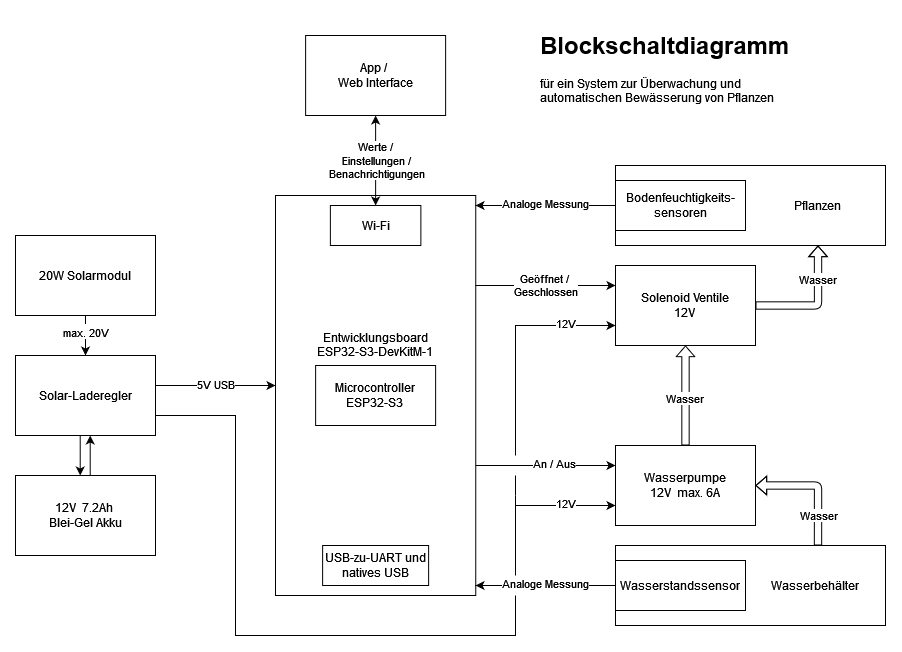
Earlier version of the draw.io export Blockdiagram/Blockschaltbild.drawio.png (BastiBudde/PlantSurveillance). Source tidied: cells renumbered, new cells last; positions are measured from the earlier drawing's top-left corner, leaving out a move shared by most shapes. Source of this version:
```xml
<mxGraphModel>
  <root>
    <mxCell id="0" />
    <mxCell id="1" parent="0" />
    <mxCell id="2" style="edgeStyle=none;rounded=0;jettySize=auto;html=1;entryX=0;entryY=0.25;entryDx=0;entryDy=0;exitX=0.999;exitY=0.675;exitDx=0;exitDy=0;exitPerimeter=0;" parent="1" edge="1" source="4" target="8">
      <mxGeometry relative="1" as="geometry" />
    </mxCell>
    <mxCell id="3" value="An / Aus" style="edgeLabel;html=1;align=center;verticalAlign=middle;" parent="2" vertex="1">
      <mxGeometry x="0.02" y="1" relative="1" as="geometry">
        <mxPoint x="8" y="-1" as="offset" />
      </mxGeometry>
    </mxCell>
    <mxCell id="4" value="&lt;div&gt;Entwicklungsboard&lt;/div&gt;&lt;div&gt;ESP32-S3-DevKitM-1&lt;/div&gt;&lt;div&gt;&lt;br&gt;&lt;/div&gt;&lt;div&gt;&lt;br&gt;&lt;/div&gt;&lt;div&gt;&lt;br&gt;&lt;/div&gt;&lt;div&gt;&lt;br&gt;&lt;/div&gt;&lt;div&gt;&lt;br&gt;&lt;/div&gt;&lt;div&gt;&lt;br&gt;&lt;/div&gt;&lt;div&gt;&lt;br&gt;&lt;/div&gt;" style="rounded=0;whiteSpace=wrap;html=1;labelPosition=center;verticalLabelPosition=middle;align=center;verticalAlign=middle;horizontal=1;" parent="1" vertex="1">
      <mxGeometry x="260" y="165" width="200.2" height="400" as="geometry" />
    </mxCell>
    <mxCell id="5" value="&lt;div&gt;Microcontroller&lt;/div&gt;&lt;div&gt;ESP32-S3&lt;br&gt;&lt;/div&gt;" style="rounded=0;whiteSpace=wrap;html=1;" parent="1" vertex="1">
      <mxGeometry x="300.1" y="335" width="120" height="60" as="geometry" />
    </mxCell>
    <mxCell id="6" value="USB-zu-UART und natives USB" style="rounded=0;whiteSpace=wrap;html=1;" parent="1" vertex="1">
      <mxGeometry x="307.1" y="515" width="106" height="40" as="geometry" />
    </mxCell>
    <mxCell id="7" value="Wi-Fi" style="rounded=0;whiteSpace=wrap;html=1;" parent="1" vertex="1">
      <mxGeometry x="314.9" y="175" width="90.5" height="40" as="geometry" />
    </mxCell>
    <mxCell id="8" value="&lt;div&gt;Wasserpumpe&lt;/div&gt;&lt;div&gt;12V&amp;nbsp; max. 6A&lt;br&gt;&lt;/div&gt;" style="rounded=0;whiteSpace=wrap;html=1;" parent="1" vertex="1">
      <mxGeometry x="600" y="415" width="140" height="80" as="geometry" />
    </mxCell>
    <mxCell id="9" style="edgeStyle=none;rounded=0;jettySize=auto;html=1;exitX=0.5;exitY=1;exitDx=0;exitDy=0;entryX=0.5;entryY=0;entryDx=0;entryDy=0;" parent="1" edge="1" source="12" target="15">
      <mxGeometry relative="1" as="geometry" />
    </mxCell>
    <mxCell id="10" value="Text" style="edgeLabel;html=1;align=center;verticalAlign=middle;" parent="9" vertex="1">
      <mxGeometry x="-0.26" relative="1" as="geometry" />
    </mxCell>
    <mxCell id="11" value="max. 20V" style="edgeLabel;html=1;align=center;verticalAlign=middle;" parent="9" vertex="1">
      <mxGeometry x="-0.2" relative="1" as="geometry" />
    </mxCell>
    <mxCell id="12" value="20W Solarmodul" style="rounded=0;whiteSpace=wrap;html=1;" parent="1" vertex="1">
      <mxGeometry y="205" width="140" height="80" as="geometry" />
    </mxCell>
    <mxCell id="13" style="edgeStyle=none;rounded=0;orthogonalLoop=1;jettySize=auto;html=1;entryX=0.5;entryY=0;entryDx=0;entryDy=0;" parent="1" edge="1">
      <mxGeometry relative="1" as="geometry">
        <mxPoint x="64.7" y="405" as="sourcePoint" />
        <mxPoint x="64.7" y="445" as="targetPoint" />
      </mxGeometry>
    </mxCell>
    <mxCell id="14" style="edgeStyle=orthogonalEdgeStyle;rounded=0;jettySize=auto;html=1;elbow=vertical;endArrow=none;endFill=0;exitX=1;exitY=0.75;exitDx=0;exitDy=0;" parent="1" edge="1" source="15">
      <mxGeometry relative="1" as="geometry">
        <mxPoint x="500" y="565" as="targetPoint" />
        <Array as="points">
          <mxPoint x="220" y="385" />
          <mxPoint x="220" y="605" />
          <mxPoint x="500" y="605" />
        </Array>
      </mxGeometry>
    </mxCell>
    <mxCell id="15" value="Solar-Laderegler" style="rounded=0;whiteSpace=wrap;html=1;" parent="1" vertex="1">
      <mxGeometry y="325" width="140" height="80" as="geometry" />
    </mxCell>
    <mxCell id="16" value="&lt;div&gt;12V&amp;nbsp; 7.2Ah&amp;nbsp;&lt;/div&gt;&lt;div&gt;Blei-Gel Akku&lt;/div&gt;" style="rounded=0;whiteSpace=wrap;html=1;" parent="1" vertex="1">
      <mxGeometry y="445" width="140" height="80" as="geometry" />
    </mxCell>
    <mxCell id="17" style="edgeStyle=none;rounded=0;jettySize=auto;html=1;entryX=0;entryY=0.4;entryDx=0;entryDy=0;entryPerimeter=0;exitX=1;exitY=0.375;exitDx=0;exitDy=0;exitPerimeter=0;" parent="1" edge="1" source="15">
      <mxGeometry relative="1" as="geometry">
        <mxPoint x="260" y="355" as="targetPoint" />
      </mxGeometry>
    </mxCell>
    <mxCell id="18" value="5V USB" style="edgeLabel;html=1;align=center;verticalAlign=middle;" parent="17" vertex="1">
      <mxGeometry relative="1" as="geometry">
        <mxPoint y="-1" as="offset" />
      </mxGeometry>
    </mxCell>
    <mxCell id="19" style="edgeStyle=none;rounded=0;jettySize=auto;html=1;entryX=0.999;entryY=0.025;entryDx=0;entryDy=0;entryPerimeter=0;" parent="1" edge="1" source="45" target="4">
      <mxGeometry relative="1" as="geometry" />
    </mxCell>
    <mxCell id="20" value="Analoge Messung" style="edgeLabel;html=1;align=center;verticalAlign=middle;" parent="19" vertex="1">
      <mxGeometry relative="1" as="geometry">
        <mxPoint y="-2" as="offset" />
      </mxGeometry>
    </mxCell>
    <mxCell id="21" style="edgeStyle=none;rounded=0;jettySize=auto;html=1;endArrow=none;endFill=0;startArrow=classic;startFill=1;exitX=0;exitY=0.25;exitDx=0;exitDy=0;entryX=0.999;entryY=0.225;entryDx=0;entryDy=0;entryPerimeter=0;" parent="1" edge="1" source="29" target="4">
      <mxGeometry relative="1" as="geometry" />
    </mxCell>
    <mxCell id="22" value="&lt;div&gt;Geöffnet /&amp;nbsp;&lt;/div&gt;&lt;div&gt;Geschlossen&lt;/div&gt;" style="edgeLabel;html=1;align=center;verticalAlign=middle;" parent="21" vertex="1">
      <mxGeometry relative="1" as="geometry" />
    </mxCell>
    <mxCell id="23" style="edgeStyle=none;rounded=0;orthogonalLoop=1;jettySize=auto;html=1;entryX=0.5;entryY=0;entryDx=0;entryDy=0;" parent="1" edge="1">
      <mxGeometry relative="1" as="geometry">
        <mxPoint x="74.7" y="445" as="sourcePoint" />
        <mxPoint x="74.7" y="405" as="targetPoint" />
      </mxGeometry>
    </mxCell>
    <mxCell id="24" value="&lt;div&gt;App /&amp;nbsp;&lt;/div&gt;&lt;div&gt;Web Interface&lt;/div&gt;" style="rounded=0;whiteSpace=wrap;html=1;" parent="1" vertex="1">
      <mxGeometry x="290.1" y="5" width="140" height="80" as="geometry" />
    </mxCell>
    <mxCell id="25" style="endArrow=classic;startArrow=classic;html=1;rounded=0;entryX=0.5;entryY=1;entryDx=0;entryDy=0;exitX=0.5;exitY=0;exitDx=0;exitDy=0;" parent="1" edge="1" source="7" target="24">
      <mxGeometry relative="1" as="geometry" />
    </mxCell>
    <mxCell id="26" value="&lt;div&gt;Werte /&amp;nbsp;&lt;/div&gt;&lt;div&gt;Einstellungen / &lt;br&gt;&lt;/div&gt;&lt;div&gt;Benachrichtigungen&lt;br&gt;&lt;/div&gt;" style="edgeLabel;html=1;align=center;verticalAlign=middle;" parent="25" vertex="1">
      <mxGeometry relative="1" as="geometry" />
    </mxCell>
    <mxCell id="27" style="edgeStyle=orthogonalEdgeStyle;rounded=0;jettySize=auto;html=1;startArrow=classic;startFill=1;endArrow=none;endFill=0;strokeColor=default;exitX=0;exitY=0.75;exitDx=0;exitDy=0;" parent="1" edge="1" source="8">
      <mxGeometry relative="1" as="geometry">
        <mxPoint x="500" y="485" as="targetPoint" />
        <Array as="points">
          <mxPoint x="500" y="475" />
        </Array>
      </mxGeometry>
    </mxCell>
    <mxCell id="28" value="12V" style="edgeLabel;html=1;align=center;verticalAlign=middle;" parent="27" vertex="1">
      <mxGeometry relative="1" as="geometry">
        <mxPoint x="5" y="-2" as="offset" />
      </mxGeometry>
    </mxCell>
    <mxCell id="29" value="&lt;div&gt;Solenoid Ventile&lt;/div&gt;&lt;div&gt;12V&lt;br&gt;&lt;/div&gt;" style="rounded=0;whiteSpace=wrap;html=1;" parent="1" vertex="1">
      <mxGeometry x="600" y="235" width="140" height="80" as="geometry" />
    </mxCell>
    <mxCell id="30" style="endArrow=none;html=1;rounded=0;" parent="1" edge="1">
      <mxGeometry relative="1" as="geometry">
        <mxPoint x="500" y="545" as="sourcePoint" />
        <mxPoint x="500" y="465" as="targetPoint" />
      </mxGeometry>
    </mxCell>
    <mxCell id="31" style="endArrow=classic;html=1;rounded=0;entryX=0;entryY=0.75;entryDx=0;entryDy=0;edgeStyle=orthogonalEdgeStyle;" parent="1" edge="1" target="29">
      <mxGeometry relative="1" as="geometry">
        <mxPoint x="500" y="425" as="sourcePoint" />
        <Array as="points">
          <mxPoint x="500" y="295" />
        </Array>
      </mxGeometry>
    </mxCell>
    <mxCell id="32" value="12V" style="edgeLabel;html=1;align=center;verticalAlign=middle;" parent="31" vertex="1">
      <mxGeometry relative="1" as="geometry">
        <mxPoint x="50" y="-17" as="offset" />
      </mxGeometry>
    </mxCell>
    <mxCell id="33" style="edgeStyle=orthogonalEdgeStyle;rounded=1;jettySize=auto;html=1;exitX=0.75;exitY=0;exitDx=0;exitDy=0;shape=flexArrow;endSize=3.223333333333333;startSize=6;strokeWidth=1;fillColor=none;endWidth=10.222222222222223;width=7.333333333333333;entryX=1;entryY=0.5;entryDx=0;entryDy=0;" parent="1" edge="1" source="35" target="8">
      <mxGeometry relative="1" as="geometry" />
    </mxCell>
    <mxCell id="34" value="&lt;div&gt;Wasser&lt;/div&gt;" style="edgeLabel;html=1;align=center;verticalAlign=middle;" parent="33" vertex="1">
      <mxGeometry relative="1" as="geometry">
        <mxPoint x="1" y="30" as="offset" />
      </mxGeometry>
    </mxCell>
    <mxCell id="35" value="&lt;div align=&quot;right&quot;&gt;Wasserbehälter &amp;nbsp;&amp;nbsp; &amp;nbsp;&amp;nbsp; &amp;nbsp; &lt;br&gt;&lt;/div&gt;" style="rounded=0;whiteSpace=wrap;html=1;align=right;" parent="1" vertex="1">
      <mxGeometry x="600" y="515" width="270" height="80" as="geometry" />
    </mxCell>
    <mxCell id="36" value="Wasserstandssensor" style="rounded=0;whiteSpace=wrap;html=1;" parent="1" vertex="1">
      <mxGeometry x="600" y="530" width="130" height="50" as="geometry" />
    </mxCell>
    <mxCell id="37" style="edgeStyle=none;rounded=0;jettySize=auto;html=1;entryX=0.999;entryY=0.975;entryDx=0;entryDy=0;entryPerimeter=0;" parent="1" edge="1" source="36" target="4">
      <mxGeometry relative="1" as="geometry" />
    </mxCell>
    <mxCell id="38" value="Analoge Messung" style="edgeLabel;html=1;align=center;verticalAlign=middle;" parent="37" vertex="1">
      <mxGeometry relative="1" as="geometry">
        <mxPoint y="-2" as="offset" />
      </mxGeometry>
    </mxCell>
    <mxCell id="39" value="&lt;div align=&quot;right&quot;&gt;Pflanzen&amp;nbsp;&amp;nbsp;&amp;nbsp; &amp;nbsp; &amp;nbsp;&amp;nbsp;&amp;nbsp;&amp;nbsp;&amp;nbsp;&amp;nbsp;&amp;nbsp;&amp;nbsp; &lt;br&gt;&lt;/div&gt;" style="rounded=0;whiteSpace=wrap;html=1;align=right;" parent="1" vertex="1">
      <mxGeometry x="600" y="135" width="270" height="80" as="geometry" />
    </mxCell>
    <mxCell id="40" style="edgeStyle=orthogonalEdgeStyle;rounded=1;jettySize=auto;html=1;shape=flexArrow;endSize=3.223333333333333;startSize=6;strokeWidth=1;fillColor=none;endWidth=10.222222222222223;width=7.333333333333333;entryX=0.5;entryY=1;entryDx=0;entryDy=0;exitX=0.5;exitY=0;exitDx=0;exitDy=0;" parent="1" edge="1" source="8" target="29">
      <mxGeometry relative="1" as="geometry" />
    </mxCell>
    <mxCell id="41" value="&lt;div&gt;Wasser&lt;/div&gt;" style="edgeLabel;html=1;align=center;verticalAlign=middle;" parent="40" vertex="1">
      <mxGeometry relative="1" as="geometry">
        <mxPoint x="-1" y="3" as="offset" />
      </mxGeometry>
    </mxCell>
    <mxCell id="42" style="edgeStyle=orthogonalEdgeStyle;rounded=1;jettySize=auto;html=1;shape=flexArrow;endSize=3.223333333333333;startSize=6;strokeWidth=1;fillColor=none;endWidth=10.222222222222223;width=7.333333333333333;exitX=1;exitY=0.5;exitDx=0;exitDy=0;entryX=0.75;entryY=1;entryDx=0;entryDy=0;" parent="1" edge="1" source="29" target="39">
      <mxGeometry relative="1" as="geometry" />
    </mxCell>
    <mxCell id="43" value="&lt;div&gt;Wasser&lt;/div&gt;" style="edgeLabel;html=1;align=center;verticalAlign=middle;" parent="42" vertex="1">
      <mxGeometry relative="1" as="geometry">
        <mxPoint x="1" y="-26" as="offset" />
      </mxGeometry>
    </mxCell>
    <mxCell id="44" value="&lt;h1 align=&quot;left&quot;&gt;Blockschaltdiagramm&lt;br&gt;&lt;/h1&gt;&lt;p align=&quot;left&quot;&gt;für ein System zur Überwachung und automatischen Bewässerung von Pflanzen&lt;br&gt;&lt;/p&gt;" style="text;html=1;strokeColor=none;fillColor=none;spacing=5;spacingTop=-20;whiteSpace=wrap;overflow=hidden;rounded=0;strokeWidth=1;verticalAlign=middle;labelPosition=center;verticalLabelPosition=middle;align=left;" parent="1" vertex="1">
      <mxGeometry x="520" width="270" height="90" as="geometry" />
    </mxCell>
    <mxCell id="45" value="Bodenfeuchtigkeits-sensoren" style="rounded=0;whiteSpace=wrap;html=1;" parent="1" vertex="1">
      <mxGeometry x="600" y="150" width="130" height="50" as="geometry" />
    </mxCell>
    <mxCell id="46" style="endArrow=none;html=1;rounded=0;" parent="1" edge="1">
      <mxGeometry relative="1" as="geometry">
        <mxPoint x="500" y="465" as="sourcePoint" />
        <mxPoint x="500" y="445" as="targetPoint" />
      </mxGeometry>
    </mxCell>
  </root>
</mxGraphModel>
```
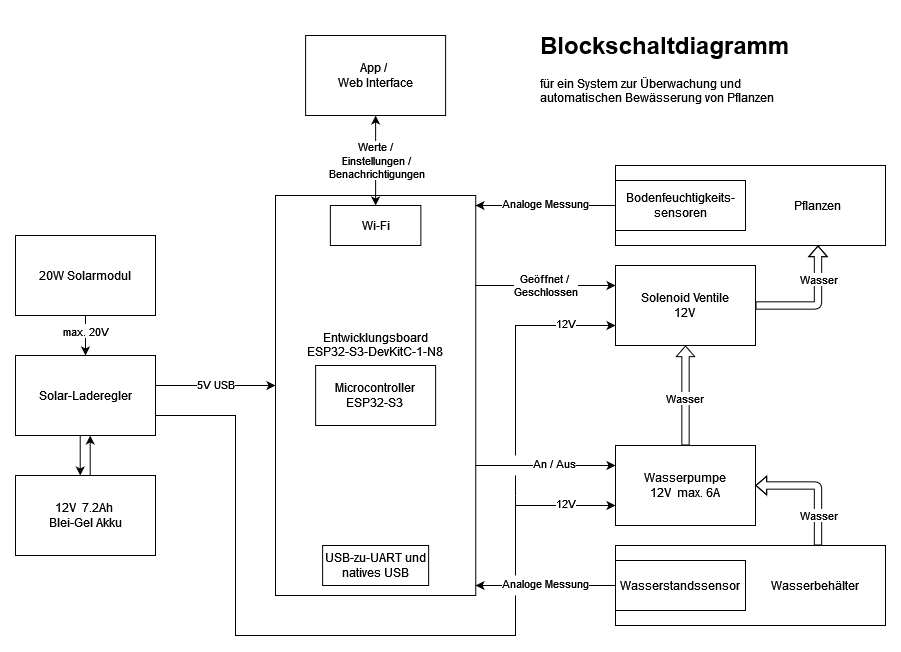
The same diagram one commit later.

Commit message:
Updated Blockdiagram to ESP32-S3-DevKitC-1-N8

Change to the diagram source:
```diff
@@ -10,7 +10,7 @@
         <mxPoint x="8" y="-1" as="offset" />
       </mxGeometry>
     </mxCell>
-    <mxCell id="4" value="&lt;div&gt;Entwicklungsboard&lt;/div&gt;&lt;div&gt;ESP32-S3-DevKitM-1&lt;/div&gt;&lt;div&gt;&lt;br&gt;&lt;/div&gt;&lt;div&gt;&lt;br&gt;&lt;/div&gt;&lt;div&gt;&lt;br&gt;&lt;/div&gt;&lt;div&gt;&lt;br&gt;&lt;/div&gt;&lt;div&gt;&lt;br&gt;&lt;/div&gt;&lt;div&gt;&lt;br&gt;&lt;/div&gt;&lt;div&gt;&lt;br&gt;&lt;/div&gt;" style="rounded=0;whiteSpace=wrap;html=1;labelPosition=center;verticalLabelPosition=middle;align=center;verticalAlign=middle;horizontal=1;" parent="1" vertex="1">
+    <mxCell id="4" value="&lt;div&gt;Entwicklungsboard&lt;/div&gt;&lt;div&gt;ESP32-S3-DevKitC-1-N8&lt;/div&gt;&lt;div&gt;&lt;br&gt;&lt;/div&gt;&lt;div&gt;&lt;br&gt;&lt;/div&gt;&lt;div&gt;&lt;br&gt;&lt;/div&gt;&lt;div&gt;&lt;br&gt;&lt;/div&gt;&lt;div&gt;&lt;br&gt;&lt;/div&gt;&lt;div&gt;&lt;br&gt;&lt;/div&gt;&lt;div&gt;&lt;br&gt;&lt;/div&gt;" style="rounded=0;whiteSpace=wrap;html=1;labelPosition=center;verticalLabelPosition=middle;align=center;verticalAlign=middle;horizontal=1;" parent="1" vertex="1">
       <mxGeometry x="260" y="165" width="200.2" height="400" as="geometry" />
     </mxCell>
     <mxCell id="5" value="&lt;div&gt;Microcontroller&lt;/div&gt;&lt;div&gt;ESP32-S3&lt;br&gt;&lt;/div&gt;" style="rounded=0;whiteSpace=wrap;html=1;" parent="1" vertex="1">
```
